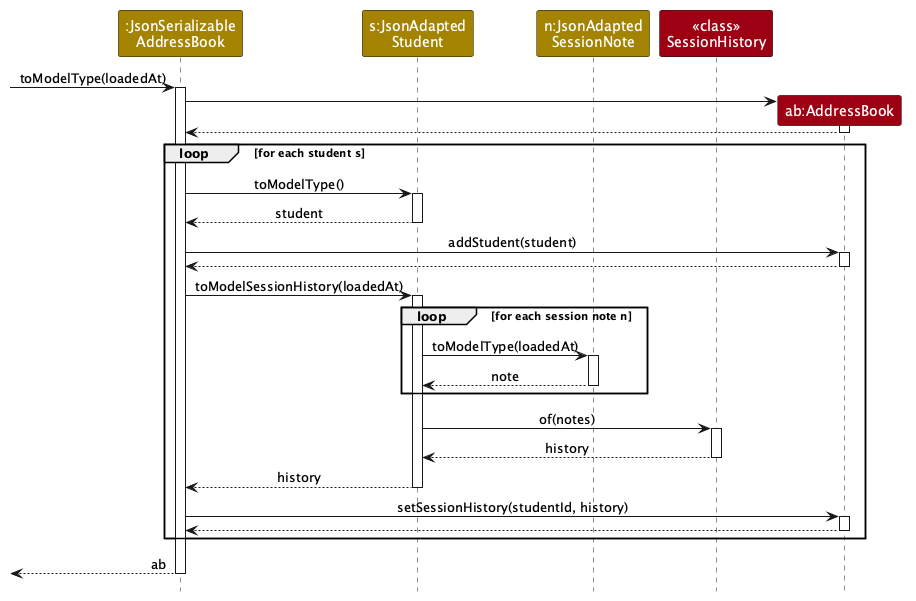
Above: docs/images/LoadSessionNotesSequenceDiagram.png in AY2627S1-CS2103T-F09-1/tp (PlantUML), before the change.
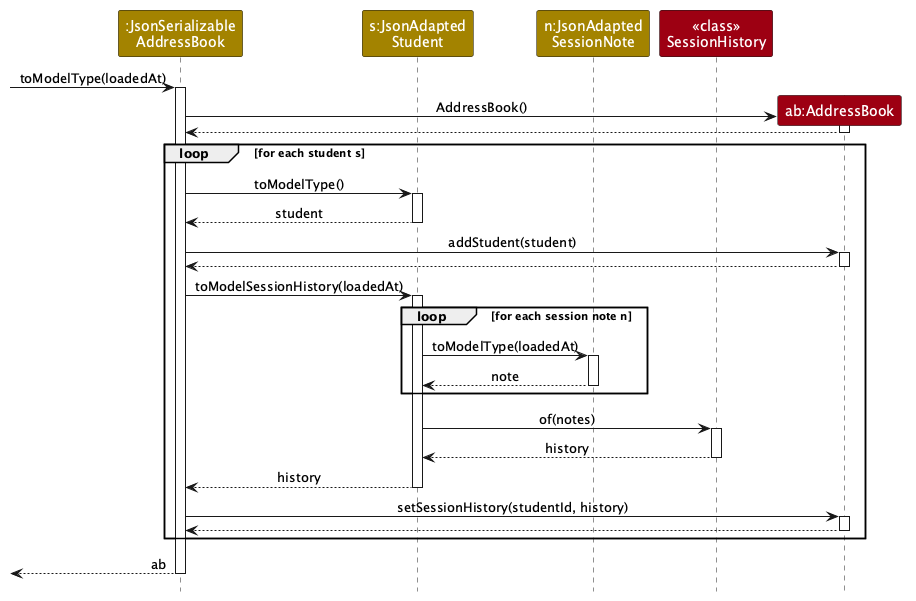
Above is the later version.

Commit message:
Label session-note creation messages

The edit, as a diff of the source:
```diff
@@ -12,7 +12,7 @@
 activate Jsab
 
 create AddressBook
-Jsab -> AddressBook
+Jsab -> AddressBook : AddressBook()
 activate AddressBook
 AddressBook --> Jsab
 deactivate AddressBook
```
